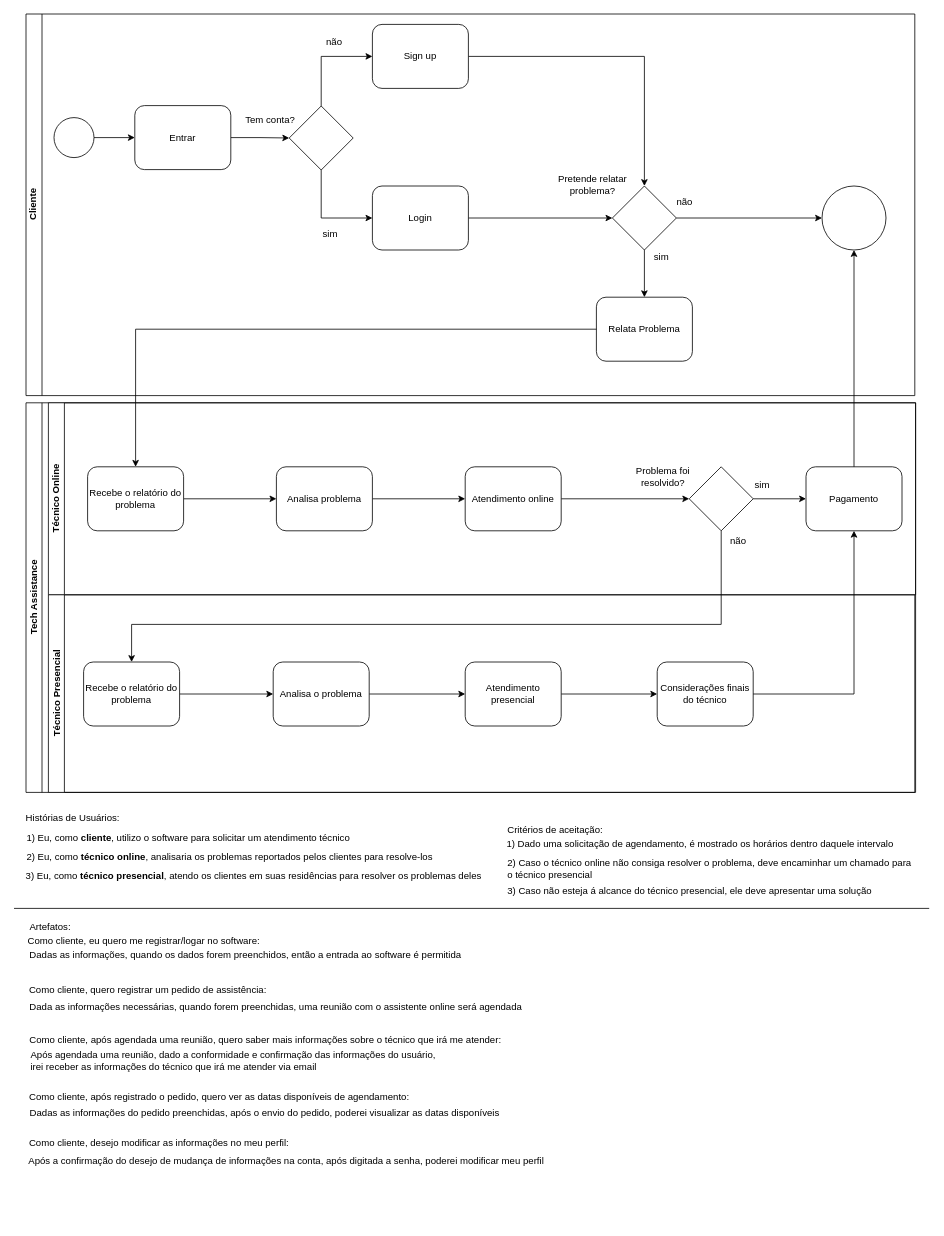
The draw.io diagram page "Fluxo de Negócios" (1 of 4) of Project diagrams and requirements/Tech assistance.drawio in felipepmoreno/Tech-assistanceSoftware, before the edit. Source tidied: cells renumbered, new cells numbered last; positions are measured from the earlier drawing's top-left corner, leaving out a move shared by most shapes. Both pictures are drawn from the tidied source at 80%, with x=0, y=0 at pixel (14, 14).
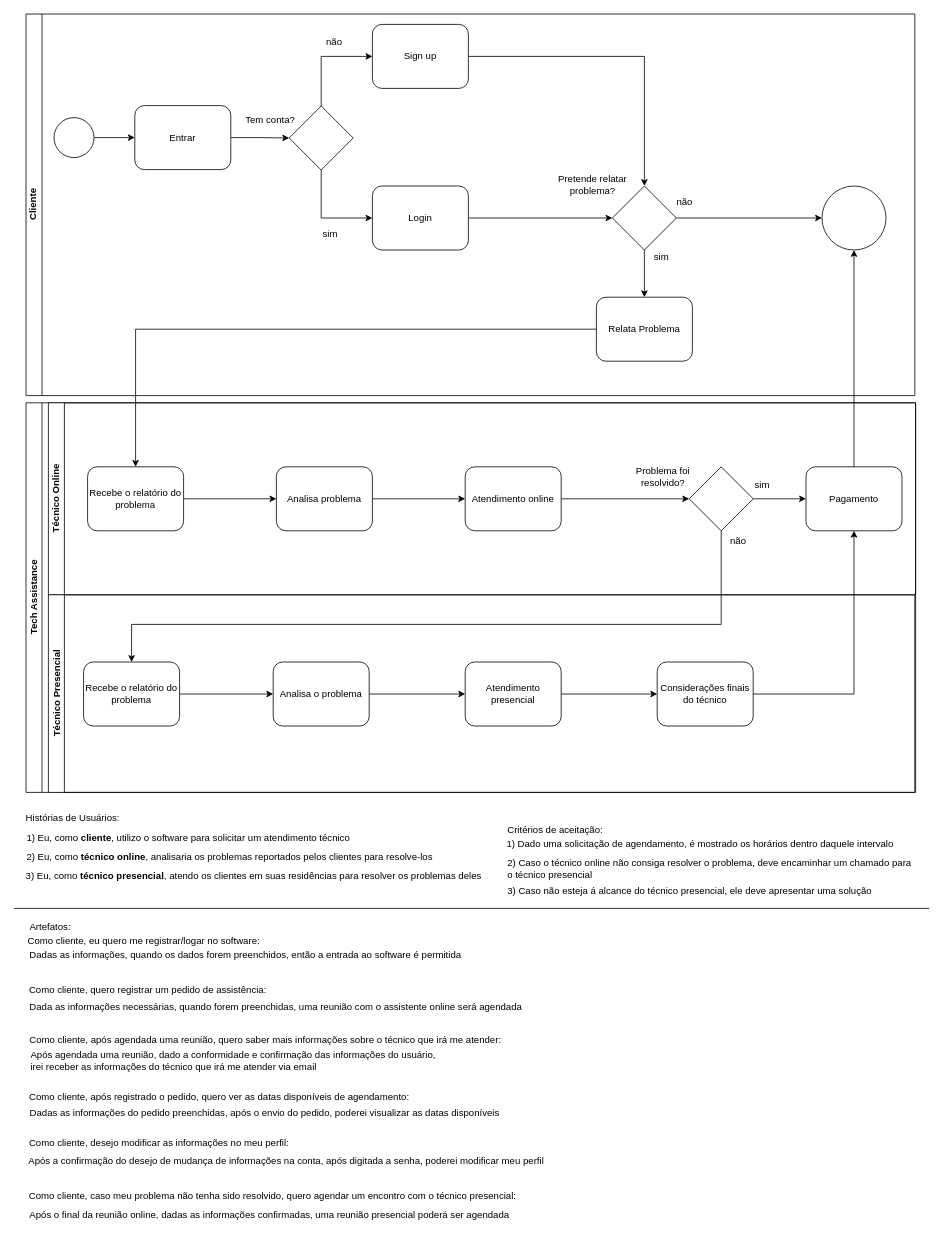
The same diagram, later.

Diff of the diagram source:
```diff
@@
+    <mxCell id="71" value="Como cliente, caso meu problema não tenha sido resolvido, quero agendar um encontro com o técnico presencial:" style="text;html=1;align=center;verticalAlign=middle;strokeColor=none;" parent="1" vertex="1">
+      <mxGeometry x="13" y="1469" width="619" height="18" as="geometry" />
+    </mxCell>
+    <mxCell id="72" value="Após o final da reunião online, dadas as informações confirmadas, uma reunião presencial poderá ser agendada" style="text;html=1;align=center;verticalAlign=middle;strokeColor=none;" parent="1" vertex="1">
+      <mxGeometry x="14" y="1492" width="610" height="18" as="geometry" />
+    </mxCell>
```
